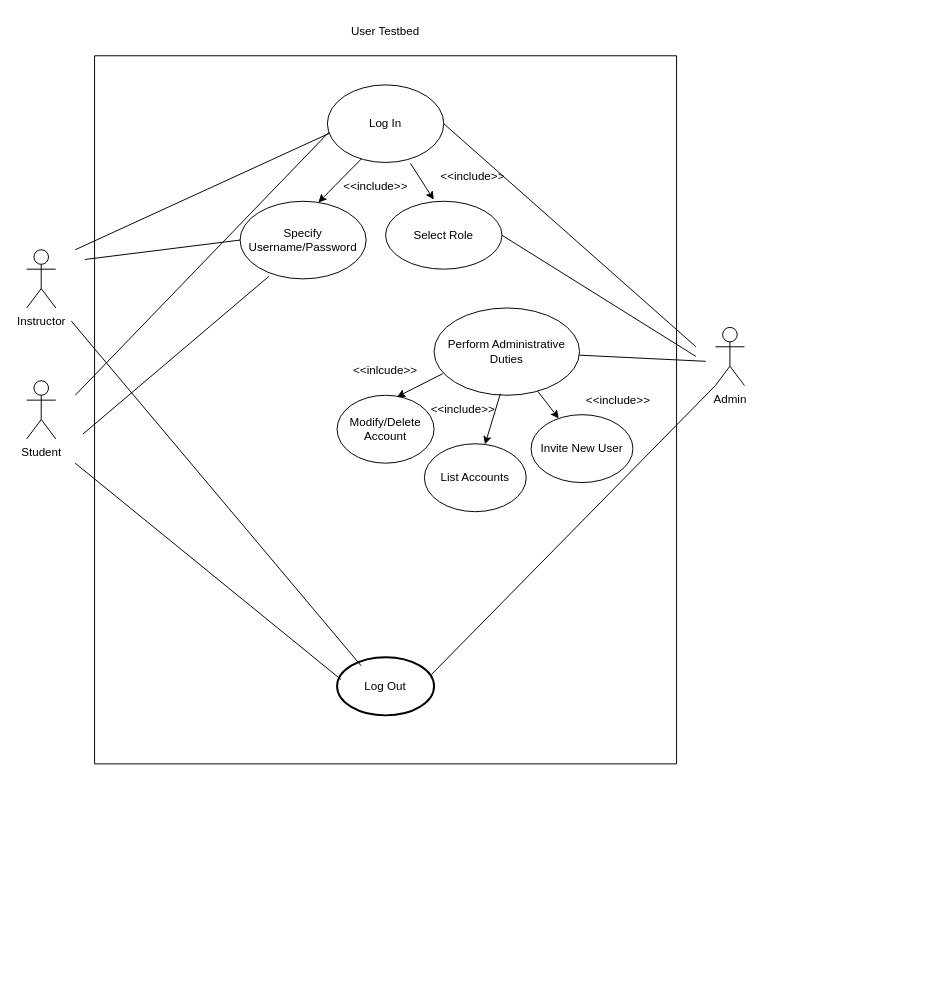
mnevi/CSE360Project keeps this draw.io diagram as Use Case Diagram.drawio. Above is the earlier version. Source tidied: cells renumbered, new cells numbered last; positions are measured from the earlier drawing's top-left corner, leaving out a move shared by most shapes. Both pictures are drawn from the tidied source at 97%, with x=0, y=0 at pixel (26, 16).
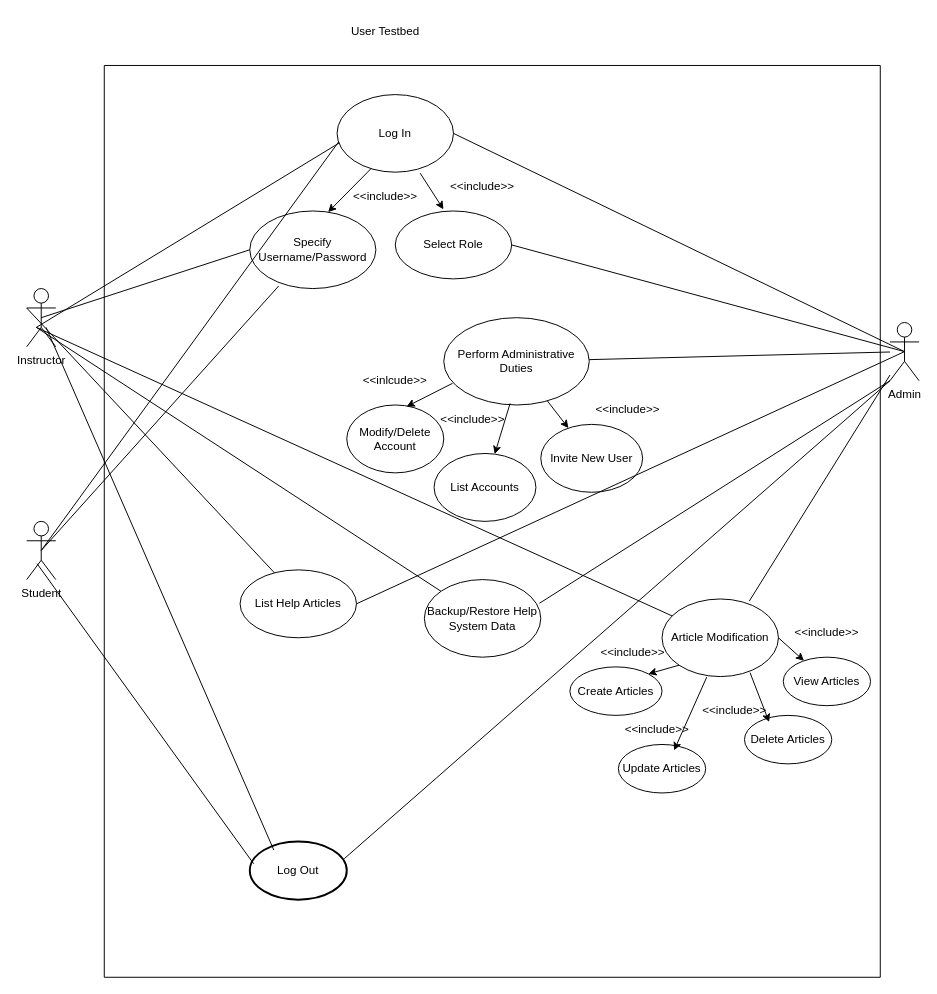
After the change.

The change refers to these unchanged cells:
```xml
<mxCell id="4" value="Log In" style="ellipse;whiteSpace=wrap;html=1;" parent="2" vertex="1">
  <mxGeometry x="240" y="30" width="120" height="80" as="geometry" />
</mxCell>
<mxCell id="7" value="Specify Username/Password" style="ellipse;whiteSpace=wrap;html=1;" parent="2" vertex="1">
  <mxGeometry x="150" y="150" width="130" height="80" as="geometry" />
</mxCell>
<mxCell id="8" value="Select Role" style="ellipse;whiteSpace=wrap;html=1;" parent="2" vertex="1">
  <mxGeometry x="300" y="150" width="120" height="70" as="geometry" />
</mxCell>
<mxCell id="11" value="Perform Administrative Duties" style="ellipse;whiteSpace=wrap;html=1;" parent="2" vertex="1">
  <mxGeometry x="350" y="260" width="150" height="90" as="geometry" />
</mxCell>
```

What changed in the source:
```diff
@@
     <mxCell id="2" style="swimlane;startSize=0;" parent="1" vertex="1">
-      <mxGeometry x="70" y="40" width="600" height="730" as="geometry" />
+      <mxGeometry x="80" y="50" width="800" height="940" as="geometry" />
     </mxCell>
     <mxCell id="3" value="Log Out" style="strokeWidth=2;html=1;shape=mxgraph.flowchart.start_1;whiteSpace=wrap;" parent="2" vertex="1">
-      <mxGeometry x="250" y="620" width="100" height="60" as="geometry" />
+      <mxGeometry x="150" y="800" width="100" height="60" as="geometry" />
     </mxCell>
@@
-    <mxCell id="20" style="endArrow=none;html=1;rounded=0;entryX=0.012;entryY=0.612;entryDx=0;entryDy=0;entryPerimeter=0;" parent="2" edge="1" target="4">
-      <mxGeometry relative="1" as="geometry">
-        <mxPoint x="-20" y="350" as="sourcePoint" />
-      </mxGeometry>
-    </mxCell>
-    <mxCell id="21" style="endArrow=none;html=1;rounded=0;entryX=0.229;entryY=0.967;entryDx=0;entryDy=0;entryPerimeter=0;" parent="2" edge="1" target="7">
-      <mxGeometry relative="1" as="geometry">
-        <mxPoint x="-12" y="390" as="sourcePoint" />
-      </mxGeometry>
-    </mxCell>
-    <mxCell id="22" style="endArrow=none;html=1;rounded=0;exitX=1;exitY=0.5;exitDx=0;exitDy=0;" parent="2" edge="1" source="4">
-      <mxGeometry relative="1" as="geometry">
-        <mxPoint x="620" y="300" as="targetPoint" />
-      </mxGeometry>
-    </mxCell>
-    <mxCell id="23" style="endArrow=none;html=1;rounded=0;entryX=0.04;entryY=0.383;entryDx=0;entryDy=0;entryPerimeter=0;" parent="2" edge="1" target="3">
-      <mxGeometry relative="1" as="geometry">
-        <mxPoint x="-20" y="420" as="sourcePoint" />
-      </mxGeometry>
-    </mxCell>
-    <mxCell id="24" style="endArrow=none;html=1;rounded=0;entryX=0.248;entryY=0.148;entryDx=0;entryDy=0;entryPerimeter=0;" parent="2" edge="1" target="3">
-      <mxGeometry relative="1" as="geometry">
-        <mxPoint x="-24" y="273.5" as="sourcePoint" />
-      </mxGeometry>
-    </mxCell>
@@
-    <mxCell id="26" style="endArrow=none;html=1;rounded=0;exitX=1;exitY=0.5;exitDx=0;exitDy=0;" parent="2" edge="1" source="8">
-      <mxGeometry relative="1" as="geometry">
-        <mxPoint x="620" y="310" as="targetPoint" />
-      </mxGeometry>
-    </mxCell>
+    <mxCell id="35" value="Article Modification" style="ellipse;whiteSpace=wrap;html=1;" parent="2" vertex="1">
+      <mxGeometry x="575" y="550" width="120" height="80" as="geometry" />
+    </mxCell>
+    <mxCell id="36" value="Create Articles" style="ellipse;whiteSpace=wrap;html=1;" parent="2" vertex="1">
+      <mxGeometry x="480" y="620" width="95" height="50" as="geometry" />
+    </mxCell>
+    <mxCell id="37" value="Delete Articles" style="ellipse;whiteSpace=wrap;html=1;" parent="2" vertex="1">
+      <mxGeometry x="660" y="670" width="90" height="50" as="geometry" />
+    </mxCell>
+    <mxCell id="38" value="Update Articles" style="ellipse;whiteSpace=wrap;html=1;" parent="2" vertex="1">
+      <mxGeometry x="530" y="700" width="90" height="50" as="geometry" />
+    </mxCell>
+    <mxCell id="39" value="View Articles" style="ellipse;whiteSpace=wrap;html=1;" parent="2" vertex="1">
+      <mxGeometry x="700" y="610" width="90" height="50" as="geometry" />
+    </mxCell>
+    <mxCell id="40" style="endArrow=classic;html=1;rounded=0;exitX=0;exitY=1;exitDx=0;exitDy=0;entryX=1;entryY=0;entryDx=0;entryDy=0;" parent="2" edge="1" source="35" target="36">
+      <mxGeometry relative="1" as="geometry" />
+    </mxCell>
+    <mxCell id="41" style="endArrow=classic;html=1;rounded=0;entryX=0.638;entryY=0.122;entryDx=0;entryDy=0;entryPerimeter=0;exitX=0.384;exitY=1.007;exitDx=0;exitDy=0;exitPerimeter=0;" parent="2" edge="1" source="35" target="38">
+      <mxGeometry relative="1" as="geometry" />
+    </mxCell>
+    <mxCell id="42" style="endArrow=classic;html=1;rounded=0;entryX=0.282;entryY=0.137;entryDx=0;entryDy=0;entryPerimeter=0;exitX=0.756;exitY=0.949;exitDx=0;exitDy=0;exitPerimeter=0;" parent="2" edge="1" source="35" target="37">
+      <mxGeometry relative="1" as="geometry" />
+    </mxCell>
+    <mxCell id="43" style="endArrow=classic;html=1;rounded=0;exitX=1;exitY=0.5;exitDx=0;exitDy=0;" parent="2" edge="1" source="35" target="39">
+      <mxGeometry relative="1" as="geometry" />
+    </mxCell>
+    <mxCell id="44" value="&amp;lt;&amp;lt;include&amp;gt;&amp;gt;" style="text;html=1;align=center;verticalAlign=middle;whiteSpace=wrap;rounded=0;" parent="2" vertex="1">
+      <mxGeometry x="515" y="590" width="60" height="30" as="geometry" />
+    </mxCell>
+    <mxCell id="45" value="&amp;lt;&amp;lt;include&amp;gt;&amp;gt;" style="text;html=1;align=center;verticalAlign=middle;whiteSpace=wrap;rounded=0;" parent="2" vertex="1">
+      <mxGeometry x="715" y="570" width="60" height="30" as="geometry" />
+    </mxCell>
+    <mxCell id="46" value="&amp;lt;&amp;lt;include&amp;gt;&amp;gt;" style="text;html=1;align=center;verticalAlign=middle;whiteSpace=wrap;rounded=0;" parent="2" vertex="1">
+      <mxGeometry x="540" y="670" width="60" height="30" as="geometry" />
+    </mxCell>
+    <mxCell id="47" value="&amp;lt;&amp;lt;include&amp;gt;&amp;gt;" style="text;html=1;align=center;verticalAlign=middle;whiteSpace=wrap;rounded=0;" parent="2" vertex="1">
+      <mxGeometry x="620" y="650" width="60" height="30" as="geometry" />
+    </mxCell>
+    <mxCell id="48" value="List Help Articles" style="ellipse;whiteSpace=wrap;html=1;" parent="2" vertex="1">
+      <mxGeometry x="140" y="520" width="120" height="70" as="geometry" />
+    </mxCell>
+    <mxCell id="49" value="Backup/Restore Help System Data" style="ellipse;whiteSpace=wrap;html=1;" parent="2" vertex="1">
+      <mxGeometry x="330" y="530" width="120" height="80" as="geometry" />
+    </mxCell>
     <mxCell id="27" value="Admin" style="shape=umlActor;verticalLabelPosition=bottom;verticalAlign=top;html=1;outlineConnect=0;fontSize=12;" parent="1" vertex="1">
-      <mxGeometry x="710" y="320" width="30" height="60" as="geometry" />
+      <mxGeometry x="890" y="315" width="30" height="60" as="geometry" />
     </mxCell>
     <mxCell id="28" value="Instructor" style="shape=umlActor;verticalLabelPosition=bottom;verticalAlign=top;html=1;" parent="1" vertex="1">
-      <mxGeometry y="240" width="30" height="60" as="geometry" />
+      <mxGeometry y="280" width="30" height="60" as="geometry" />
     </mxCell>
     <mxCell id="29" value="Student" style="shape=umlActor;verticalLabelPosition=bottom;verticalAlign=top;html=1;" parent="1" vertex="1">
-      <mxGeometry y="375" width="30" height="60" as="geometry" />
+      <mxGeometry y="520" width="30" height="60" as="geometry" />
     </mxCell>
-    <mxCell id="30" style="endArrow=none;html=1;rounded=0;entryX=0.019;entryY=0.623;entryDx=0;entryDy=0;entryPerimeter=0;" parent="1" edge="1" target="4">
-      <mxGeometry relative="1" as="geometry">
-        <mxPoint x="50" y="240" as="sourcePoint" />
-      </mxGeometry>
+    <mxCell id="30" style="endArrow=none;html=1;rounded=0;entryX=0.019;entryY=0.623;entryDx=0;entryDy=0;entryPerimeter=0;exitX=0.333;exitY=0.667;exitDx=0;exitDy=0;exitPerimeter=0;" parent="1" edge="1" source="28" target="4">
+      <mxGeometry relative="1" as="geometry" />
     </mxCell>
-    <mxCell id="31" style="endArrow=none;html=1;rounded=0;entryX=0;entryY=0.5;entryDx=0;entryDy=0;" parent="1" edge="1" target="7">
-      <mxGeometry relative="1" as="geometry">
-        <mxPoint x="60" y="250" as="sourcePoint" />
-      </mxGeometry>
+    <mxCell id="31" style="endArrow=none;html=1;rounded=0;entryX=0;entryY=0.5;entryDx=0;entryDy=0;exitX=0.5;exitY=0.5;exitDx=0;exitDy=0;exitPerimeter=0;" parent="1" edge="1" source="28" target="7">
+      <mxGeometry relative="1" as="geometry" />
     </mxCell>
-    <mxCell id="32" style="endArrow=none;html=1;rounded=0;" parent="1" edge="1" source="11">
-      <mxGeometry relative="1" as="geometry">
-        <mxPoint x="700" y="355" as="targetPoint" />
-      </mxGeometry>
+    <mxCell id="32" style="endArrow=none;html=1;rounded=0;" parent="1" edge="1" source="11" target="27">
+      <mxGeometry relative="1" as="geometry" />
     </mxCell>
@@
+    <mxCell id="22" style="endArrow=none;html=1;rounded=0;exitX=1;exitY=0.5;exitDx=0;exitDy=0;entryX=0.5;entryY=0.5;entryDx=0;entryDy=0;entryPerimeter=0;" parent="1" edge="1" source="4" target="27">
+      <mxGeometry relative="1" as="geometry" />
+    </mxCell>
+    <mxCell id="26" style="endArrow=none;html=1;rounded=0;exitX=1;exitY=0.5;exitDx=0;exitDy=0;entryX=0.5;entryY=0.5;entryDx=0;entryDy=0;entryPerimeter=0;" parent="1" edge="1" source="8" target="27">
+      <mxGeometry relative="1" as="geometry" />
+    </mxCell>
+    <mxCell id="23" style="endArrow=none;html=1;rounded=0;entryX=0.04;entryY=0.383;entryDx=0;entryDy=0;entryPerimeter=0;exitX=0.356;exitY=0.727;exitDx=0;exitDy=0;exitPerimeter=0;" parent="1" edge="1" source="29" target="3">
+      <mxGeometry relative="1" as="geometry" />
+    </mxCell>
+    <mxCell id="21" style="endArrow=none;html=1;rounded=0;entryX=0.229;entryY=0.967;entryDx=0;entryDy=0;entryPerimeter=0;exitX=0.5;exitY=0.5;exitDx=0;exitDy=0;exitPerimeter=0;" parent="1" edge="1" source="29" target="7">
+      <mxGeometry relative="1" as="geometry" />
+    </mxCell>
+    <mxCell id="20" style="endArrow=none;html=1;rounded=0;entryX=0.012;entryY=0.612;entryDx=0;entryDy=0;entryPerimeter=0;exitX=0.5;exitY=0.5;exitDx=0;exitDy=0;exitPerimeter=0;" parent="1" edge="1" source="29" target="4">
+      <mxGeometry relative="1" as="geometry" />
+    </mxCell>
+    <mxCell id="24" style="endArrow=none;html=1;rounded=0;entryX=0.248;entryY=0.148;entryDx=0;entryDy=0;entryPerimeter=0;" parent="1" edge="1" target="3">
+      <mxGeometry relative="1" as="geometry">
+        <mxPoint x="20" y="320" as="sourcePoint" />
+      </mxGeometry>
+    </mxCell>
+    <mxCell id="50" style="endArrow=none;html=1;rounded=0;entryX=0.296;entryY=0.045;entryDx=0;entryDy=0;entryPerimeter=0;exitX=0;exitY=0.3333333333333333;exitDx=0;exitDy=0;exitPerimeter=0;" parent="1" edge="1" source="28" target="48">
+      <mxGeometry relative="1" as="geometry" />
+    </mxCell>
+    <mxCell id="51" style="endArrow=none;html=1;rounded=0;entryX=0.5;entryY=0.5;entryDx=0;entryDy=0;entryPerimeter=0;exitX=1;exitY=0.5;exitDx=0;exitDy=0;" parent="1" edge="1" source="48" target="27">
+      <mxGeometry relative="1" as="geometry" />
+    </mxCell>
+    <mxCell id="52" style="endArrow=none;html=1;rounded=0;entryX=0;entryY=1;entryDx=0;entryDy=0;entryPerimeter=0;exitX=0.988;exitY=0.306;exitDx=0;exitDy=0;exitPerimeter=0;" parent="1" edge="1" source="49" target="27">
+      <mxGeometry relative="1" as="geometry" />
+    </mxCell>
+    <mxCell id="53" style="endArrow=none;html=1;rounded=0;exitX=0.75;exitY=0.027;exitDx=0;exitDy=0;exitPerimeter=0;" parent="1" edge="1" source="35" target="27">
+      <mxGeometry relative="1" as="geometry" />
+    </mxCell>
+    <mxCell id="54" style="endArrow=none;html=1;rounded=0;" parent="1" edge="1" target="49">
+      <mxGeometry relative="1" as="geometry">
+        <mxPoint x="10" y="320" as="sourcePoint" />
+      </mxGeometry>
+    </mxCell>
+    <mxCell id="55" style="endArrow=none;html=1;rounded=0;" parent="1" edge="1" target="35">
+      <mxGeometry relative="1" as="geometry">
+        <mxPoint x="10" y="320" as="sourcePoint" />
+      </mxGeometry>
+    </mxCell>
```
